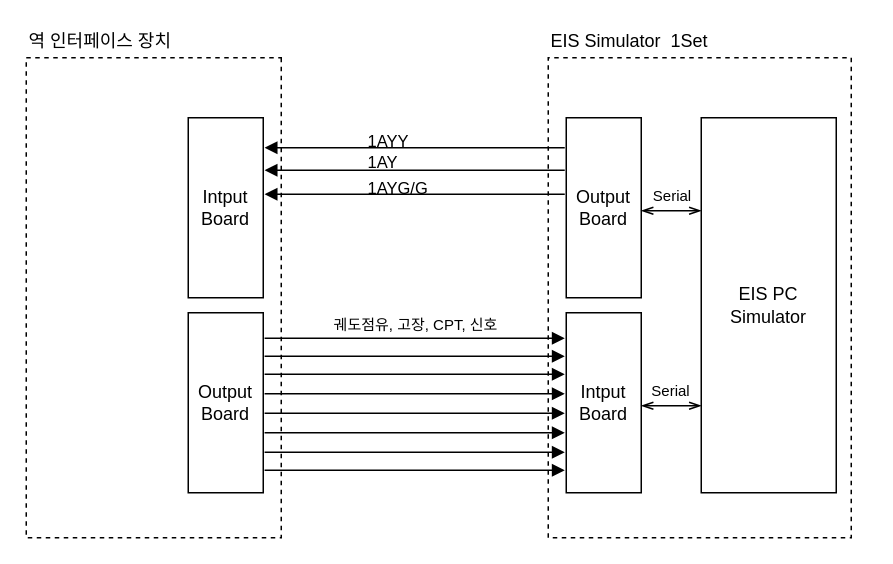
Above: page "구성도" (1 of 2) of EIS Simul.drawio in chillin2/MyDraw.io (draw.io), before the change. Source tidied: cells renumbered, new cells numbered last; positions are measured from the earlier drawing's top-left corner, leaving out a move shared by most shapes. Both pictures are drawn from the tidied source at 150%, with x=0, y=0 at pixel (26, 26).
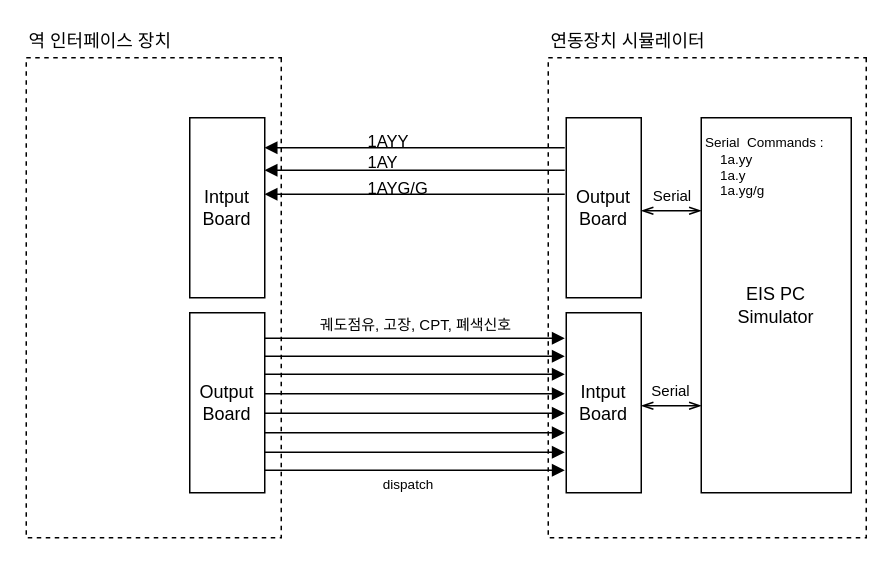
The same page after the edit.

What changed in the source:
```diff
@@
+    <mxCell id="8" style="rounded=0;whiteSpace=wrap;html=1;direction=south;dashed=1;fillOpacity=0;" parent="1" vertex="1">
+      <mxGeometry x="348" y="21" width="212" height="320" as="geometry" />
+    </mxCell>
+    <mxCell id="6" style="rounded=0;whiteSpace=wrap;html=1;direction=south;dashed=1;fillOpacity=0;verticalAlign=top;noLabel=0;backgroundOutline=0;imageAspect=1;" parent="1" vertex="1">
+      <mxGeometry y="21" width="170" height="320" as="geometry" />
+    </mxCell>
@@
     <mxCell id="4" value="Intput&lt;br&gt;Board" style="rounded=0;whiteSpace=wrap;html=1;direction=south;" parent="1" vertex="1">
-      <mxGeometry x="108" y="61" width="50" height="120" as="geometry" />
+      <mxGeometry x="109" y="61" width="50" height="120" as="geometry" />
     </mxCell>
     <mxCell id="5" value="Output&lt;br&gt;Board" style="rounded=0;whiteSpace=wrap;html=1;direction=south;" parent="1" vertex="1">
-      <mxGeometry x="108" y="191" width="50" height="120" as="geometry" />
+      <mxGeometry x="109" y="191" width="50" height="120" as="geometry" />
     </mxCell>
-    <mxCell id="6" style="rounded=0;whiteSpace=wrap;html=1;direction=south;dashed=1;fillOpacity=0;" parent="1" vertex="1">
-      <mxGeometry y="21" width="170" height="320" as="geometry" />
-    </mxCell>
@@
-    <mxCell id="8" style="rounded=0;whiteSpace=wrap;html=1;direction=south;dashed=1;fillOpacity=0;" parent="1" vertex="1">
-      <mxGeometry x="348" y="21" width="202" height="320" as="geometry" />
-    </mxCell>
-    <mxCell id="9" value="EIS Simulator&amp;nbsp; 1Set" style="text;html=1;strokeColor=none;fillColor=none;align=left;verticalAlign=middle;whiteSpace=wrap;rounded=0;dashed=1;" parent="1" vertex="1">
+    <mxCell id="9" value="연동장치 시뮬레이터" style="text;html=1;strokeColor=none;fillColor=none;align=left;verticalAlign=middle;whiteSpace=wrap;rounded=0;dashed=1;" parent="1" vertex="1">
       <mxGeometry x="348" width="152" height="20" as="geometry" />
     </mxCell>
     <mxCell id="10" value="EIS PC&lt;br&gt;Simulator" style="rounded=0;whiteSpace=wrap;html=1;direction=south;" parent="1" vertex="1">
-      <mxGeometry x="450" y="61" width="90" height="250" as="geometry" />
+      <mxGeometry x="450" y="61" width="100" height="250" as="geometry" />
     </mxCell>
@@
-    <mxCell id="25" value="&lt;span style=&quot;font-size: 10px;&quot;&gt;궤도점유, 고장, CPT, 신호&lt;/span&gt;" style="text;html=1;strokeColor=none;fillColor=none;align=center;verticalAlign=middle;whiteSpace=wrap;rounded=0;fontSize=11;" parent="1" vertex="1">
+    <mxCell id="25" value="&lt;span style=&quot;font-size: 10px;&quot;&gt;궤도점유, 고장, CPT, 폐색신호&lt;/span&gt;" style="text;html=1;strokeColor=none;fillColor=none;align=center;verticalAlign=middle;whiteSpace=wrap;rounded=0;fontSize=11;" parent="1" vertex="1">
       <mxGeometry x="170" y="194" width="180" height="10" as="geometry" />
     </mxCell>
@@
+    <mxCell id="30" value="Serial&amp;nbsp; Commands :&lt;br&gt;&amp;nbsp; &amp;nbsp; 1a.yy&lt;br&gt;&amp;nbsp; &amp;nbsp; 1a.y&lt;br&gt;&lt;div style=&quot;&quot;&gt;&lt;span style=&quot;background-color: initial;&quot;&gt;&amp;nbsp; &amp;nbsp; 1a.yg/g&lt;/span&gt;&lt;/div&gt;" style="text;html=1;strokeColor=none;fillColor=none;align=left;verticalAlign=middle;whiteSpace=wrap;rounded=0;fontSize=9;" parent="1" vertex="1">
+      <mxGeometry x="451" y="61" width="99" height="65" as="geometry" />
+    </mxCell>
+    <mxCell id="31" value="dispatch" style="text;html=1;strokeColor=none;fillColor=none;align=center;verticalAlign=middle;whiteSpace=wrap;rounded=0;fontSize=9;" parent="1" vertex="1">
+      <mxGeometry x="225" y="301" width="60" height="10" as="geometry" />
+    </mxCell>
```
